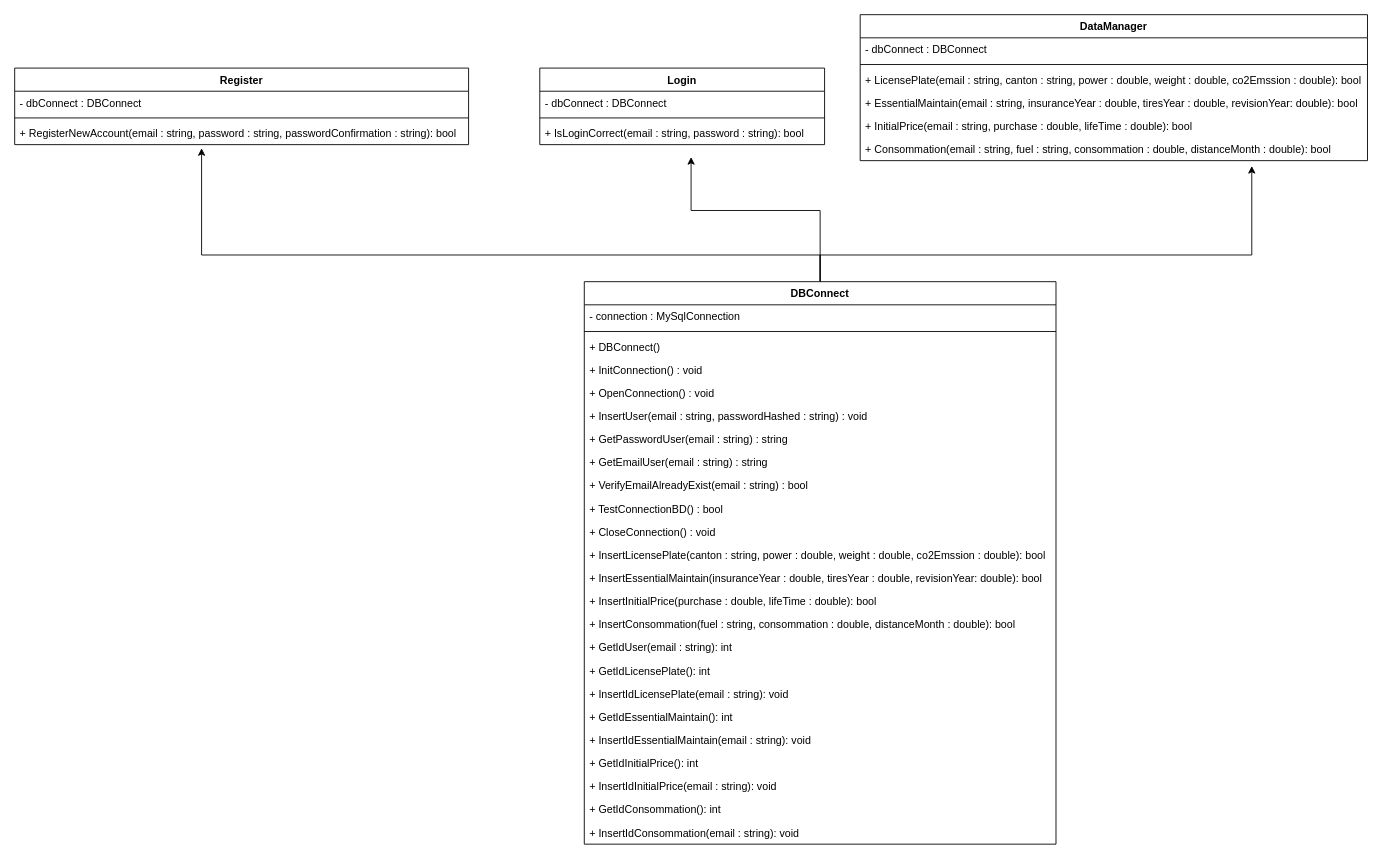
Earlier version of the draw.io diagram Documentation/Sprint1/diagrammeClasse.drawio (ThomasCPNV/CcubeProject). Source tidied: cells renumbered, new cells numbered last; positions are measured from the earlier drawing's top-left corner, leaving out a move shared by most shapes. Both pictures are drawn from the tidied source at 89%, with x=0, y=0 at pixel (14, 14).
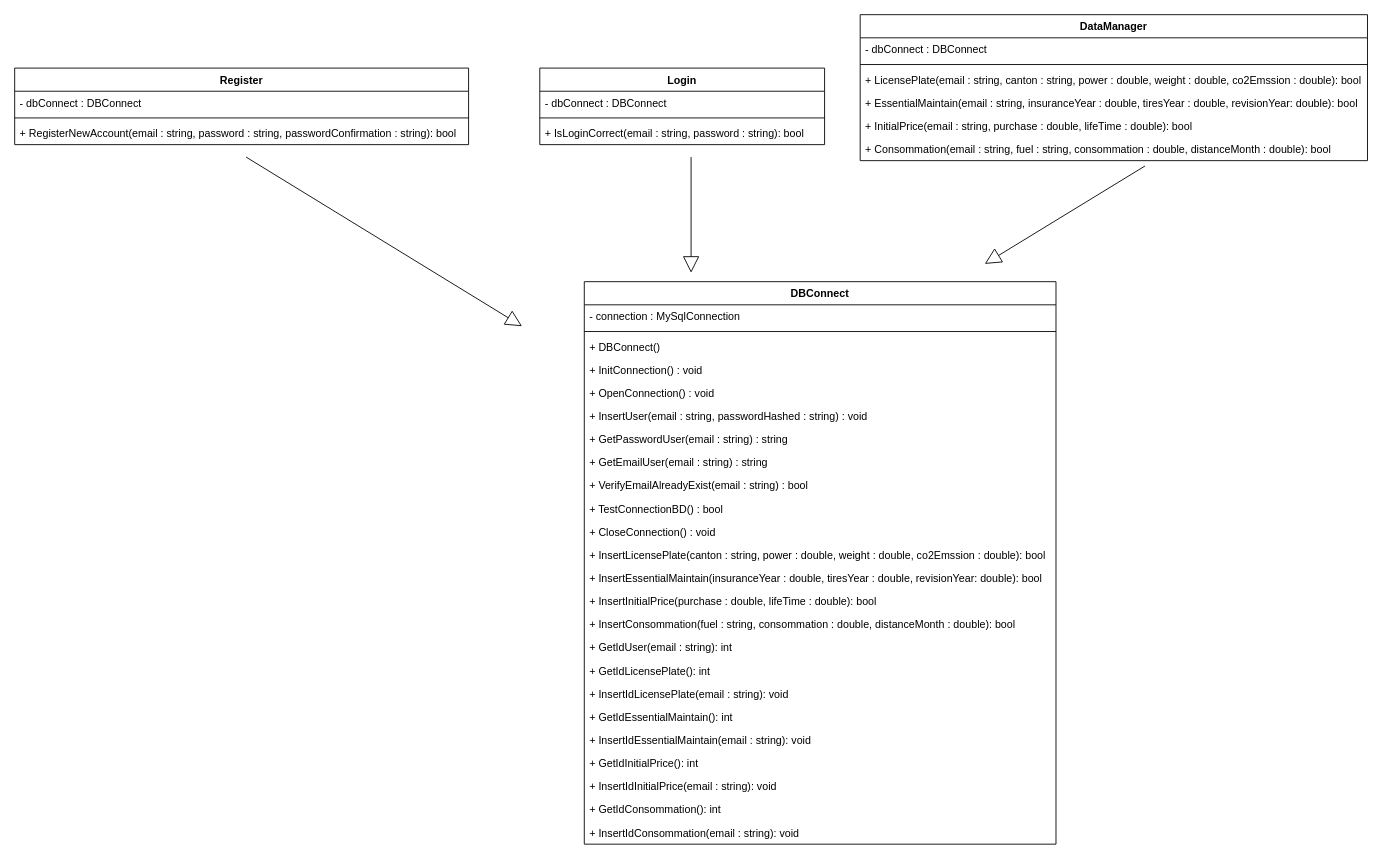
The same diagram, later.

Commit message (it also covers changes not shown here):
Correction diagrammes

Unchanged cells that the change refers to:
```xml
<mxCell id="20" value="DBConnect" style="swimlane;fontStyle=1;align=center;verticalAlign=top;horizontal=1;startSize=26;" parent="1" vertex="1">
  <mxGeometry x="640" y="300" width="530" height="632" as="geometry" />
</mxCell>
```

Diff of the diagram source:
```diff
@@
-    <mxCell id="17" style="edgeStyle=orthogonalEdgeStyle;rounded=0;jettySize=auto;html=1;exitX=0.5;exitY=0;exitDx=0;exitDy=0;" parent="1" edge="1" source="20">
-      <mxGeometry relative="1" as="geometry">
-        <mxPoint x="1390" y="170" as="targetPoint" />
-        <Array as="points">
-          <mxPoint x="905" y="270" />
-          <mxPoint x="1390" y="270" />
-        </Array>
-      </mxGeometry>
-    </mxCell>
-    <mxCell id="18" style="edgeStyle=orthogonalEdgeStyle;rounded=0;jettySize=auto;html=1;exitX=0.5;exitY=0;exitDx=0;exitDy=0;" parent="1" edge="1" source="20">
-      <mxGeometry relative="1" as="geometry">
-        <mxPoint x="210" y="150" as="targetPoint" />
-        <Array as="points">
-          <mxPoint x="905" y="270" />
-          <mxPoint x="210" y="270" />
-        </Array>
-      </mxGeometry>
-    </mxCell>
-    <mxCell id="19" style="edgeStyle=orthogonalEdgeStyle;rounded=0;jettySize=auto;html=1;exitX=0.5;exitY=0;exitDx=0;exitDy=0;" parent="1" edge="1" source="20">
-      <mxGeometry relative="1" as="geometry">
-        <mxPoint x="760" y="160" as="targetPoint" />
-        <Array as="points">
-          <mxPoint x="905" y="220" />
-          <mxPoint x="760" y="220" />
-        </Array>
-      </mxGeometry>
-    </mxCell>
@@
+    <mxCell id="45" style="endArrow=block;endSize=16;endFill=0;html=1;" parent="1" edge="1">
+      <mxGeometry relative="1" as="geometry">
+        <mxPoint x="260" y="160" as="sourcePoint" />
+        <mxPoint x="570" y="350" as="targetPoint" />
+      </mxGeometry>
+    </mxCell>
+    <mxCell id="46" style="endArrow=block;endSize=16;endFill=0;html=1;" parent="1" edge="1">
+      <mxGeometry relative="1" as="geometry">
+        <mxPoint x="760" y="160" as="sourcePoint" />
+        <mxPoint x="760" y="290" as="targetPoint" />
+      </mxGeometry>
+    </mxCell>
+    <mxCell id="47" style="endArrow=block;endSize=16;endFill=0;html=1;" parent="1" edge="1">
+      <mxGeometry relative="1" as="geometry">
+        <mxPoint x="1270" y="170" as="sourcePoint" />
+        <mxPoint x="1090" y="280" as="targetPoint" />
+      </mxGeometry>
+    </mxCell>
```
